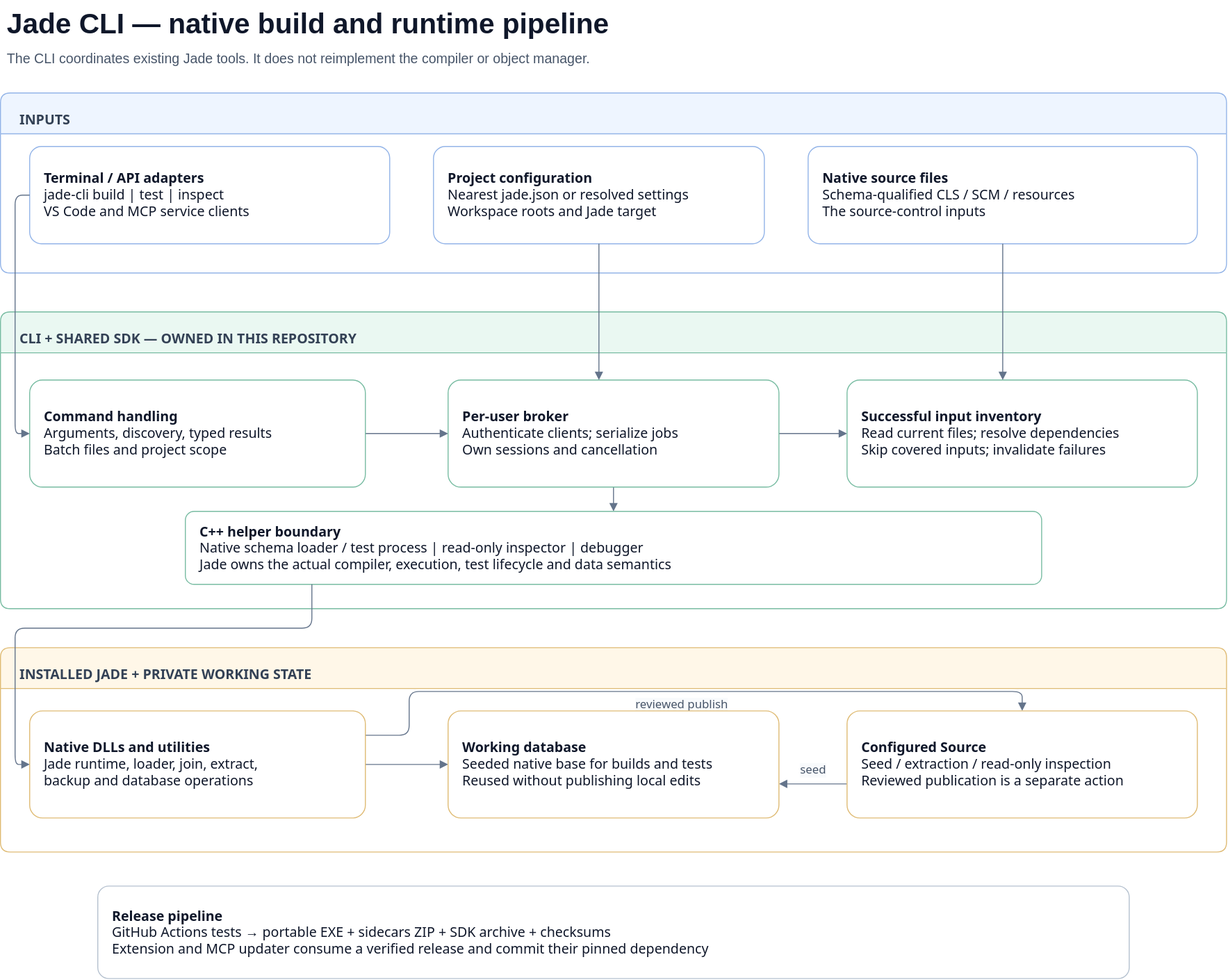
The draw.io diagram docs/architecture.drawio.svg in darrenhull/Jade-CLI, before a commit. Source tidied: cells renumbered, new cells last; positions are measured from the earlier drawing's top-left corner, leaving out a move shared by most shapes. Source of this version:
```xml
<mxGraphModel background="#f8fafc">
  <root>
    <mxCell id="0" />
    <mxCell id="1" parent="0" />
    <mxCell id="2" value="Jade CLI — native build and runtime pipeline" style="text;html=1;align=left;fontSize=29;fontStyle=1;fontColor=#0f172a;" parent="1" vertex="1">
      <mxGeometry x="5" width="1250" height="40" as="geometry" />
    </mxCell>
    <mxCell id="3" value="The CLI coordinates existing Jade tools. It does not reimplement the compiler or object manager." style="text;html=1;align=left;fontSize=14;fontColor=#475569;" parent="1" vertex="1">
      <mxGeometry x="5" y="45" width="1250" height="28" as="geometry" />
    </mxCell>
    <mxCell id="4" value="INPUTS" style="swimlane;startSize=42;horizontal=1;rounded=1;arcSize=8;html=1;verticalAlign=middle;align=left;spacingTop=14;spacingLeft=18;fontSize=14;fontStyle=1;fontColor=#334155;fillColor=#eef5ff;strokeColor=#93b4e8;fontFamily=Segoe UI;" parent="1" vertex="1">
      <mxGeometry y="95" width="1260" height="185" as="geometry" />
    </mxCell>
    <mxCell id="5" value="&lt;b&gt;Terminal / API adapters&lt;/b&gt;&lt;br&gt;jade-cli build | test | inspect&lt;br&gt;VS Code and MCP service clients" style="rounded=1;arcSize=12;html=1;whiteSpace=wrap;align=left;verticalAlign=middle;spacing=15;fontSize=14;fontColor=#0f172a;fillColor=#ffffff;strokeColor=#93b4e8;fontFamily=Segoe UI;" parent="4" vertex="1">
      <mxGeometry x="30" y="55" width="370" height="100" as="geometry" />
    </mxCell>
    <mxCell id="6" value="&lt;b&gt;Project configuration&lt;/b&gt;&lt;br&gt;Nearest jade.json or resolved settings&lt;br&gt;Workspace roots and Jade target" style="rounded=1;arcSize=12;html=1;whiteSpace=wrap;align=left;verticalAlign=middle;spacing=15;fontSize=14;fontColor=#0f172a;fillColor=#ffffff;strokeColor=#93b4e8;fontFamily=Segoe UI;" parent="4" vertex="1">
      <mxGeometry x="445" y="55" width="340" height="100" as="geometry" />
    </mxCell>
    <mxCell id="7" value="&lt;b&gt;Native source files&lt;/b&gt;&lt;br&gt;Schema-qualified CLS / SCM / resources&lt;br&gt;The source-control inputs" style="rounded=1;arcSize=12;html=1;whiteSpace=wrap;align=left;verticalAlign=middle;spacing=15;fontSize=14;fontColor=#0f172a;fillColor=#ffffff;strokeColor=#93b4e8;fontFamily=Segoe UI;" parent="4" vertex="1">
      <mxGeometry x="830" y="55" width="400" height="100" as="geometry" />
    </mxCell>
    <mxCell id="8" value="CLI + SHARED SDK — OWNED IN THIS REPOSITORY" style="swimlane;startSize=42;horizontal=1;rounded=1;arcSize=8;html=1;verticalAlign=middle;align=left;spacingTop=14;spacingLeft=18;fontSize=14;fontStyle=1;fontColor=#334155;fillColor=#eaf8f2;strokeColor=#78bca2;fontFamily=Segoe UI;" parent="1" vertex="1">
      <mxGeometry y="320" width="1260" height="305" as="geometry" />
    </mxCell>
    <mxCell id="9" style="edgeStyle=orthogonalEdgeStyle;rounded=1;html=1;endArrow=block;endFill=1;strokeColor=#64748b;fontColor=#475569;fontSize=12;exitX=1.0;exitY=0.5;entryX=0.0;entryY=0.5;exitPerimeter=0;entryPerimeter=0;labelBackgroundColor=#f8fafc;fontFamily=Segoe UI;" parent="8" edge="1" source="12" target="13">
      <mxGeometry relative="1" as="geometry" />
    </mxCell>
    <mxCell id="10" style="edgeStyle=orthogonalEdgeStyle;rounded=1;html=1;endArrow=block;endFill=1;strokeColor=#64748b;fontColor=#475569;fontSize=12;exitX=1.0;exitY=0.5;entryX=0.0;entryY=0.5;exitPerimeter=0;entryPerimeter=0;labelBackgroundColor=#f8fafc;fontFamily=Segoe UI;" parent="8" edge="1" source="13" target="14">
      <mxGeometry relative="1" as="geometry" />
    </mxCell>
    <mxCell id="11" style="edgeStyle=orthogonalEdgeStyle;rounded=1;html=1;endArrow=block;endFill=1;strokeColor=#64748b;fontColor=#475569;fontSize=12;exitX=0.5;exitY=1.0;entryX=0.5;entryY=0.0;exitPerimeter=0;entryPerimeter=0;labelBackgroundColor=#f8fafc;fontFamily=Segoe UI;" parent="8" edge="1" source="13" target="15">
      <mxGeometry relative="1" as="geometry" />
    </mxCell>
    <mxCell id="12" value="&lt;b&gt;Command handling&lt;/b&gt;&lt;br&gt;Arguments, discovery, typed results&lt;br&gt;Batch files and project scope" style="rounded=1;arcSize=12;html=1;whiteSpace=wrap;align=left;verticalAlign=middle;spacing=15;fontSize=14;fontColor=#0f172a;fillColor=#ffffff;strokeColor=#78bca2;fontFamily=Segoe UI;" parent="8" vertex="1">
      <mxGeometry x="30" y="70" width="345" height="110" as="geometry" />
    </mxCell>
    <mxCell id="13" value="&lt;b&gt;Per-user broker&lt;/b&gt;&lt;br&gt;Authenticate clients; serialize jobs&lt;br&gt;Own sessions and cancellation" style="rounded=1;arcSize=12;html=1;whiteSpace=wrap;align=left;verticalAlign=middle;spacing=15;fontSize=14;fontColor=#0f172a;fillColor=#ffffff;strokeColor=#78bca2;fontFamily=Segoe UI;" parent="8" vertex="1">
      <mxGeometry x="460" y="70" width="340" height="110" as="geometry" />
    </mxCell>
    <mxCell id="14" value="&lt;b&gt;Successful input inventory&lt;/b&gt;&lt;br&gt;Read current files; resolve dependencies&lt;br&gt;Skip covered inputs; invalidate failures" style="rounded=1;arcSize=12;html=1;whiteSpace=wrap;align=left;verticalAlign=middle;spacing=15;fontSize=14;fontColor=#0f172a;fillColor=#ffffff;strokeColor=#78bca2;fontFamily=Segoe UI;" parent="8" vertex="1">
      <mxGeometry x="870" y="70" width="360" height="110" as="geometry" />
    </mxCell>
    <mxCell id="15" value="&lt;b&gt;C++ helper boundary&lt;/b&gt;&lt;br&gt;Native schema loader / test process | read-only inspector | debugger&lt;br&gt;Jade owns the actual compiler, execution, test lifecycle and data semantics" style="rounded=1;arcSize=12;html=1;whiteSpace=wrap;align=left;verticalAlign=middle;spacing=15;fontSize=14;fontColor=#0f172a;fillColor=#ffffff;strokeColor=#78bca2;fontFamily=Segoe UI;" parent="8" vertex="1">
      <mxGeometry x="190" y="205" width="880" height="75" as="geometry" />
    </mxCell>
    <mxCell id="16" value="INSTALLED JADE + PRIVATE WORKING STATE" style="swimlane;startSize=42;horizontal=1;rounded=1;arcSize=8;html=1;verticalAlign=middle;align=left;spacingTop=14;spacingLeft=18;fontSize=14;fontStyle=1;fontColor=#334155;fillColor=#fff7e8;strokeColor=#dfbb74;fontFamily=Segoe UI;" parent="1" vertex="1">
      <mxGeometry y="665" width="1260" height="210" as="geometry" />
    </mxCell>
    <mxCell id="17" style="edgeStyle=orthogonalEdgeStyle;rounded=1;html=1;endArrow=block;endFill=1;strokeColor=#64748b;fontColor=#475569;fontSize=12;exitX=1.0;exitY=0.5;entryX=0.0;entryY=0.5;exitPerimeter=0;entryPerimeter=0;labelBackgroundColor=#f8fafc;fontFamily=Segoe UI;" parent="16" edge="1" source="20" target="21">
      <mxGeometry relative="1" as="geometry" />
    </mxCell>
    <mxCell id="18" value="seed" style="edgeStyle=orthogonalEdgeStyle;rounded=1;html=1;endArrow=block;endFill=1;strokeColor=#64748b;fontColor=#475569;fontSize=12;exitX=0.0;exitY=0.6818181818181818;entryX=1.0;entryY=0.6818181818181818;exitPerimeter=0;entryPerimeter=0;labelBackgroundColor=#f8fafc;fontFamily=Segoe UI;" parent="16" edge="1" source="22" target="21">
      <mxGeometry y="-14" relative="1" as="geometry" />
    </mxCell>
    <mxCell id="19" value="reviewed publish" style="edgeStyle=orthogonalEdgeStyle;rounded=1;html=1;endArrow=block;endFill=1;strokeColor=#64748b;fontColor=#475569;fontSize=12;exitX=1.0;exitY=0.22727272727272727;entryX=0.5;entryY=0.0;exitPerimeter=0;entryPerimeter=0;labelBackgroundColor=#f8fafc;fontFamily=Segoe UI;" parent="16" edge="1" source="20" target="22">
      <mxGeometry y="-14" relative="1" as="geometry">
        <Array as="points">
          <mxPoint x="420" y="90" />
          <mxPoint x="420" y="45" />
          <mxPoint x="1050" y="45" />
        </Array>
      </mxGeometry>
    </mxCell>
    <mxCell id="20" value="&lt;b&gt;Native DLLs and utilities&lt;/b&gt;&lt;br&gt;Jade runtime, loader, join, extract,&lt;br&gt;backup and database operations" style="rounded=1;arcSize=12;html=1;whiteSpace=wrap;align=left;verticalAlign=middle;spacing=15;fontSize=14;fontColor=#0f172a;fillColor=#ffffff;strokeColor=#dfbb74;fontFamily=Segoe UI;" parent="16" vertex="1">
      <mxGeometry x="30" y="65" width="345" height="110" as="geometry" />
    </mxCell>
    <mxCell id="21" value="&lt;b&gt;Working database&lt;/b&gt;&lt;br&gt;Seeded native base for builds and tests&lt;br&gt;Reused without publishing local edits" style="rounded=1;arcSize=12;html=1;whiteSpace=wrap;align=left;verticalAlign=middle;spacing=15;fontSize=14;fontColor=#0f172a;fillColor=#ffffff;strokeColor=#dfbb74;fontFamily=Segoe UI;" parent="16" vertex="1">
      <mxGeometry x="460" y="65" width="340" height="110" as="geometry" />
    </mxCell>
    <mxCell id="22" value="&lt;b&gt;Configured Source&lt;/b&gt;&lt;br&gt;Seed / extraction / read-only inspection&lt;br&gt;Reviewed publication is a separate action" style="rounded=1;arcSize=12;html=1;whiteSpace=wrap;align=left;verticalAlign=middle;spacing=15;fontSize=14;fontColor=#0f172a;fillColor=#ffffff;strokeColor=#dfbb74;fontFamily=Segoe UI;" parent="16" vertex="1">
      <mxGeometry x="870" y="65" width="360" height="110" as="geometry" />
    </mxCell>
    <mxCell id="23" style="edgeStyle=orthogonalEdgeStyle;rounded=1;html=1;endArrow=block;endFill=1;strokeColor=#64748b;fontColor=#475569;fontSize=12;exitX=0.0;exitY=0.5;entryX=0.0;entryY=0.5;exitPerimeter=0;entryPerimeter=0;labelBackgroundColor=#f8fafc;fontFamily=Segoe UI;" parent="1" edge="1" source="5" target="12">
      <mxGeometry relative="1" as="geometry">
        <Array as="points">
          <mxPoint x="15" y="200" />
          <mxPoint x="15" y="445" />
        </Array>
      </mxGeometry>
    </mxCell>
    <mxCell id="24" style="edgeStyle=orthogonalEdgeStyle;rounded=1;html=1;endArrow=block;endFill=1;strokeColor=#64748b;fontColor=#475569;fontSize=12;exitX=0.5;exitY=1.0;entryX=0.45588235294117646;entryY=0.0;exitPerimeter=0;entryPerimeter=0;labelBackgroundColor=#f8fafc;fontFamily=Segoe UI;" parent="1" edge="1" source="6" target="13">
      <mxGeometry relative="1" as="geometry" />
    </mxCell>
    <mxCell id="25" style="edgeStyle=orthogonalEdgeStyle;rounded=1;html=1;endArrow=block;endFill=1;strokeColor=#64748b;fontColor=#475569;fontSize=12;exitX=0.5;exitY=1.0;entryX=0.4444444444444444;entryY=0.0;exitPerimeter=0;entryPerimeter=0;labelBackgroundColor=#f8fafc;fontFamily=Segoe UI;" parent="1" edge="1" source="7" target="14">
      <mxGeometry relative="1" as="geometry" />
    </mxCell>
    <mxCell id="26" style="edgeStyle=orthogonalEdgeStyle;rounded=1;html=1;endArrow=block;endFill=1;strokeColor=#64748b;fontColor=#475569;fontSize=12;exitX=0.14772727272727273;exitY=1.0;entryX=0.0;entryY=0.5;exitPerimeter=0;entryPerimeter=0;labelBackgroundColor=#f8fafc;fontFamily=Segoe UI;" parent="1" edge="1" source="15" target="20">
      <mxGeometry relative="1" as="geometry">
        <Array as="points">
          <mxPoint x="320" y="645" />
          <mxPoint x="15" y="645" />
          <mxPoint x="15" y="785" />
        </Array>
      </mxGeometry>
    </mxCell>
    <mxCell id="27" value="&lt;b&gt;Release pipeline&lt;/b&gt;&lt;br&gt;GitHub Actions tests → portable EXE + sidecars ZIP + SDK archive + checksums&lt;br&gt;Extension and MCP updater consume a verified release and commit their pinned dependency" style="rounded=1;arcSize=12;html=1;whiteSpace=wrap;align=left;verticalAlign=middle;spacing=15;fontSize=14;fontColor=#0f172a;fillColor=#ffffff;strokeColor=#b5c1cf;fontFamily=Segoe UI;" parent="1" vertex="1">
      <mxGeometry x="100" y="910" width="1060" height="95" as="geometry" />
    </mxCell>
  </root>
</mxGraphModel>
```
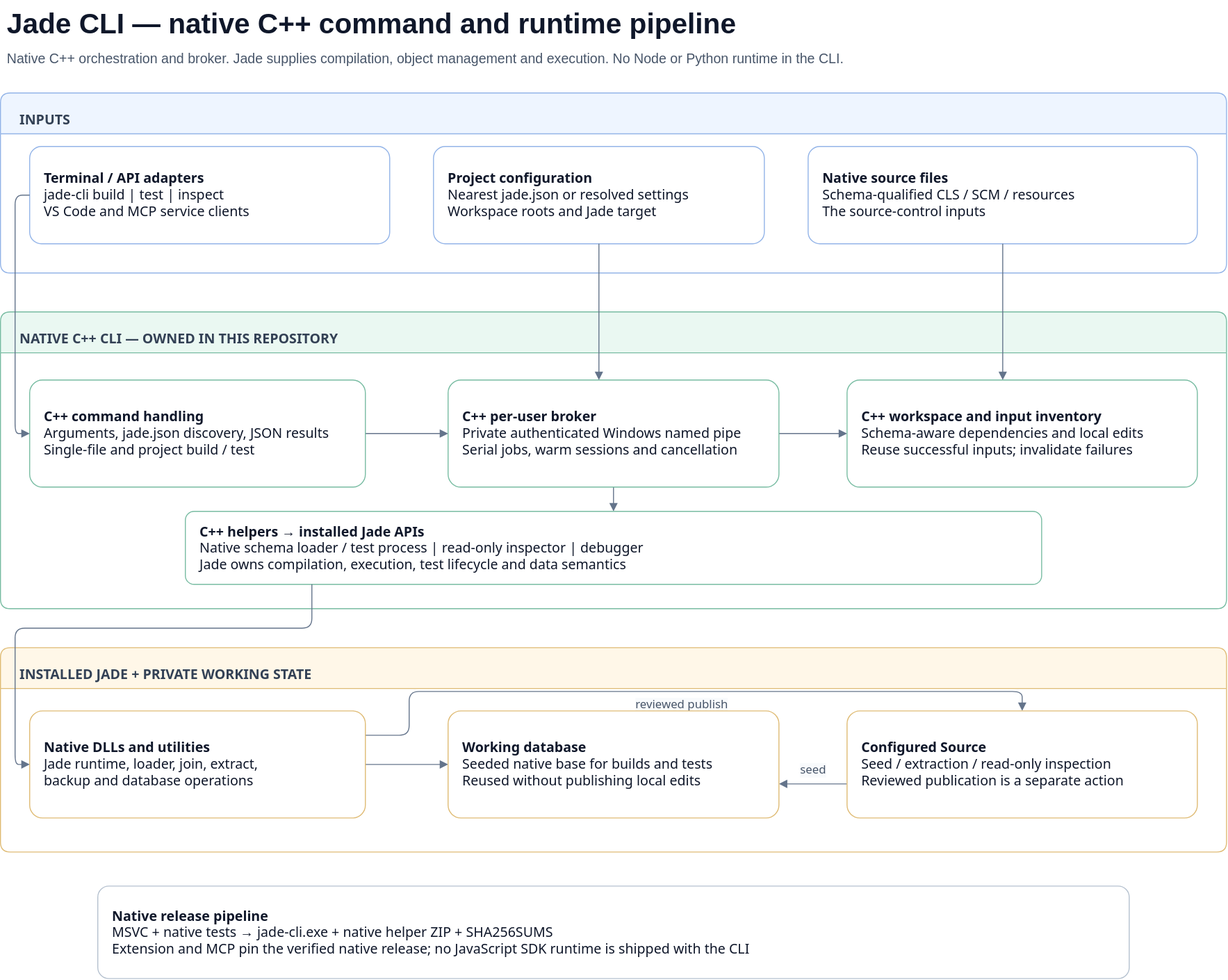
Later version of the same file.

What changed in the source:
```diff
@@ -2,10 +2,10 @@
   <root>
     <mxCell id="0" />
     <mxCell id="1" parent="0" />
-    <mxCell id="2" value="Jade CLI — native build and runtime pipeline" style="text;html=1;align=left;fontSize=29;fontStyle=1;fontColor=#0f172a;" parent="1" vertex="1">
+    <mxCell id="2" value="Jade CLI — native C++ command and runtime pipeline" style="text;html=1;align=left;fontSize=29;fontStyle=1;fontColor=#0f172a;" parent="1" vertex="1">
       <mxGeometry x="5" width="1250" height="40" as="geometry" />
     </mxCell>
-    <mxCell id="3" value="The CLI coordinates existing Jade tools. It does not reimplement the compiler or object manager." style="text;html=1;align=left;fontSize=14;fontColor=#475569;" parent="1" vertex="1">
+    <mxCell id="3" value="Native C++ orchestration and broker. Jade supplies compilation, object management and execution. No Node or Python runtime in the CLI." style="text;html=1;align=left;fontSize=14;fontColor=#475569;" parent="1" vertex="1">
       <mxGeometry x="5" y="45" width="1250" height="28" as="geometry" />
     </mxCell>
     <mxCell id="4" value="INPUTS" style="swimlane;startSize=42;horizontal=1;rounded=1;arcSize=8;html=1;verticalAlign=middle;align=left;spacingTop=14;spacingLeft=18;fontSize=14;fontStyle=1;fontColor=#334155;fillColor=#eef5ff;strokeColor=#93b4e8;fontFamily=Segoe UI;" parent="1" vertex="1">
@@ -20,7 +20,7 @@
     <mxCell id="7" value="&lt;b&gt;Native source files&lt;/b&gt;&lt;br&gt;Schema-qualified CLS / SCM / resources&lt;br&gt;The source-control inputs" style="rounded=1;arcSize=12;html=1;whiteSpace=wrap;align=left;verticalAlign=middle;spacing=15;fontSize=14;fontColor=#0f172a;fillColor=#ffffff;strokeColor=#93b4e8;fontFamily=Segoe UI;" parent="4" vertex="1">
       <mxGeometry x="830" y="55" width="400" height="100" as="geometry" />
     </mxCell>
-    <mxCell id="8" value="CLI + SHARED SDK — OWNED IN THIS REPOSITORY" style="swimlane;startSize=42;horizontal=1;rounded=1;arcSize=8;html=1;verticalAlign=middle;align=left;spacingTop=14;spacingLeft=18;fontSize=14;fontStyle=1;fontColor=#334155;fillColor=#eaf8f2;strokeColor=#78bca2;fontFamily=Segoe UI;" parent="1" vertex="1">
+    <mxCell id="8" value="NATIVE C++ CLI — OWNED IN THIS REPOSITORY" style="swimlane;startSize=42;horizontal=1;rounded=1;arcSize=8;html=1;verticalAlign=middle;align=left;spacingTop=14;spacingLeft=18;fontSize=14;fontStyle=1;fontColor=#334155;fillColor=#eaf8f2;strokeColor=#78bca2;fontFamily=Segoe UI;" parent="1" vertex="1">
       <mxGeometry y="320" width="1260" height="305" as="geometry" />
     </mxCell>
     <mxCell id="9" style="edgeStyle=orthogonalEdgeStyle;rounded=1;html=1;endArrow=block;endFill=1;strokeColor=#64748b;fontColor=#475569;fontSize=12;exitX=1.0;exitY=0.5;entryX=0.0;entryY=0.5;exitPerimeter=0;entryPerimeter=0;labelBackgroundColor=#f8fafc;fontFamily=Segoe UI;" parent="8" edge="1" source="12" target="13">
@@ -32,16 +32,16 @@
     <mxCell id="11" style="edgeStyle=orthogonalEdgeStyle;rounded=1;html=1;endArrow=block;endFill=1;strokeColor=#64748b;fontColor=#475569;fontSize=12;exitX=0.5;exitY=1.0;entryX=0.5;entryY=0.0;exitPerimeter=0;entryPerimeter=0;labelBackgroundColor=#f8fafc;fontFamily=Segoe UI;" parent="8" edge="1" source="13" target="15">
       <mxGeometry relative="1" as="geometry" />
     </mxCell>
-    <mxCell id="12" value="&lt;b&gt;Command handling&lt;/b&gt;&lt;br&gt;Arguments, discovery, typed results&lt;br&gt;Batch files and project scope" style="rounded=1;arcSize=12;html=1;whiteSpace=wrap;align=left;verticalAlign=middle;spacing=15;fontSize=14;fontColor=#0f172a;fillColor=#ffffff;strokeColor=#78bca2;fontFamily=Segoe UI;" parent="8" vertex="1">
+    <mxCell id="12" value="&lt;b&gt;C++ command handling&lt;/b&gt;&lt;br&gt;Arguments, jade.json discovery, JSON results&lt;br&gt;Single-file and project build / test" style="rounded=1;arcSize=12;html=1;whiteSpace=wrap;align=left;verticalAlign=middle;spacing=15;fontSize=14;fontColor=#0f172a;fillColor=#ffffff;strokeColor=#78bca2;fontFamily=Segoe UI;" parent="8" vertex="1">
       <mxGeometry x="30" y="70" width="345" height="110" as="geometry" />
     </mxCell>
-    <mxCell id="13" value="&lt;b&gt;Per-user broker&lt;/b&gt;&lt;br&gt;Authenticate clients; serialize jobs&lt;br&gt;Own sessions and cancellation" style="rounded=1;arcSize=12;html=1;whiteSpace=wrap;align=left;verticalAlign=middle;spacing=15;fontSize=14;fontColor=#0f172a;fillColor=#ffffff;strokeColor=#78bca2;fontFamily=Segoe UI;" parent="8" vertex="1">
+    <mxCell id="13" value="&lt;b&gt;C++ per-user broker&lt;/b&gt;&lt;br&gt;Private authenticated Windows named pipe&lt;br&gt;Serial jobs, warm sessions and cancellation" style="rounded=1;arcSize=12;html=1;whiteSpace=wrap;align=left;verticalAlign=middle;spacing=15;fontSize=14;fontColor=#0f172a;fillColor=#ffffff;strokeColor=#78bca2;fontFamily=Segoe UI;" parent="8" vertex="1">
       <mxGeometry x="460" y="70" width="340" height="110" as="geometry" />
     </mxCell>
-    <mxCell id="14" value="&lt;b&gt;Successful input inventory&lt;/b&gt;&lt;br&gt;Read current files; resolve dependencies&lt;br&gt;Skip covered inputs; invalidate failures" style="rounded=1;arcSize=12;html=1;whiteSpace=wrap;align=left;verticalAlign=middle;spacing=15;fontSize=14;fontColor=#0f172a;fillColor=#ffffff;strokeColor=#78bca2;fontFamily=Segoe UI;" parent="8" vertex="1">
+    <mxCell id="14" value="&lt;b&gt;C++ workspace and input inventory&lt;/b&gt;&lt;br&gt;Schema-aware dependencies and local edits&lt;br&gt;Reuse successful inputs; invalidate failures" style="rounded=1;arcSize=12;html=1;whiteSpace=wrap;align=left;verticalAlign=middle;spacing=15;fontSize=14;fontColor=#0f172a;fillColor=#ffffff;strokeColor=#78bca2;fontFamily=Segoe UI;" parent="8" vertex="1">
       <mxGeometry x="870" y="70" width="360" height="110" as="geometry" />
     </mxCell>
-    <mxCell id="15" value="&lt;b&gt;C++ helper boundary&lt;/b&gt;&lt;br&gt;Native schema loader / test process | read-only inspector | debugger&lt;br&gt;Jade owns the actual compiler, execution, test lifecycle and data semantics" style="rounded=1;arcSize=12;html=1;whiteSpace=wrap;align=left;verticalAlign=middle;spacing=15;fontSize=14;fontColor=#0f172a;fillColor=#ffffff;strokeColor=#78bca2;fontFamily=Segoe UI;" parent="8" vertex="1">
+    <mxCell id="15" value="&lt;b&gt;C++ helpers → installed Jade APIs&lt;/b&gt;&lt;br&gt;Native schema loader / test process | read-only inspector | debugger&lt;br&gt;Jade owns compilation, execution, test lifecycle and data semantics" style="rounded=1;arcSize=12;html=1;whiteSpace=wrap;align=left;verticalAlign=middle;spacing=15;fontSize=14;fontColor=#0f172a;fillColor=#ffffff;strokeColor=#78bca2;fontFamily=Segoe UI;" parent="8" vertex="1">
       <mxGeometry x="190" y="205" width="880" height="75" as="geometry" />
     </mxCell>
     <mxCell id="16" value="INSTALLED JADE + PRIVATE WORKING STATE" style="swimlane;startSize=42;horizontal=1;rounded=1;arcSize=8;html=1;verticalAlign=middle;align=left;spacingTop=14;spacingLeft=18;fontSize=14;fontStyle=1;fontColor=#334155;fillColor=#fff7e8;strokeColor=#dfbb74;fontFamily=Segoe UI;" parent="1" vertex="1">
@@ -94,7 +94,7 @@
         </Array>
       </mxGeometry>
     </mxCell>
-    <mxCell id="27" value="&lt;b&gt;Release pipeline&lt;/b&gt;&lt;br&gt;GitHub Actions tests → portable EXE + sidecars ZIP + SDK archive + checksums&lt;br&gt;Extension and MCP updater consume a verified release and commit their pinned dependency" style="rounded=1;arcSize=12;html=1;whiteSpace=wrap;align=left;verticalAlign=middle;spacing=15;fontSize=14;fontColor=#0f172a;fillColor=#ffffff;strokeColor=#b5c1cf;fontFamily=Segoe UI;" parent="1" vertex="1">
+    <mxCell id="27" value="&lt;b&gt;Native release pipeline&lt;/b&gt;&lt;br&gt;MSVC + native tests → jade-cli.exe + native helper ZIP + SHA256SUMS&lt;br&gt;Extension and MCP pin the verified native release; no JavaScript SDK runtime is shipped with the CLI" style="rounded=1;arcSize=12;html=1;whiteSpace=wrap;align=left;verticalAlign=middle;spacing=15;fontSize=14;fontColor=#0f172a;fillColor=#ffffff;strokeColor=#b5c1cf;fontFamily=Segoe UI;" parent="1" vertex="1">
       <mxGeometry x="100" y="910" width="1060" height="95" as="geometry" />
     </mxCell>
   </root>
```
